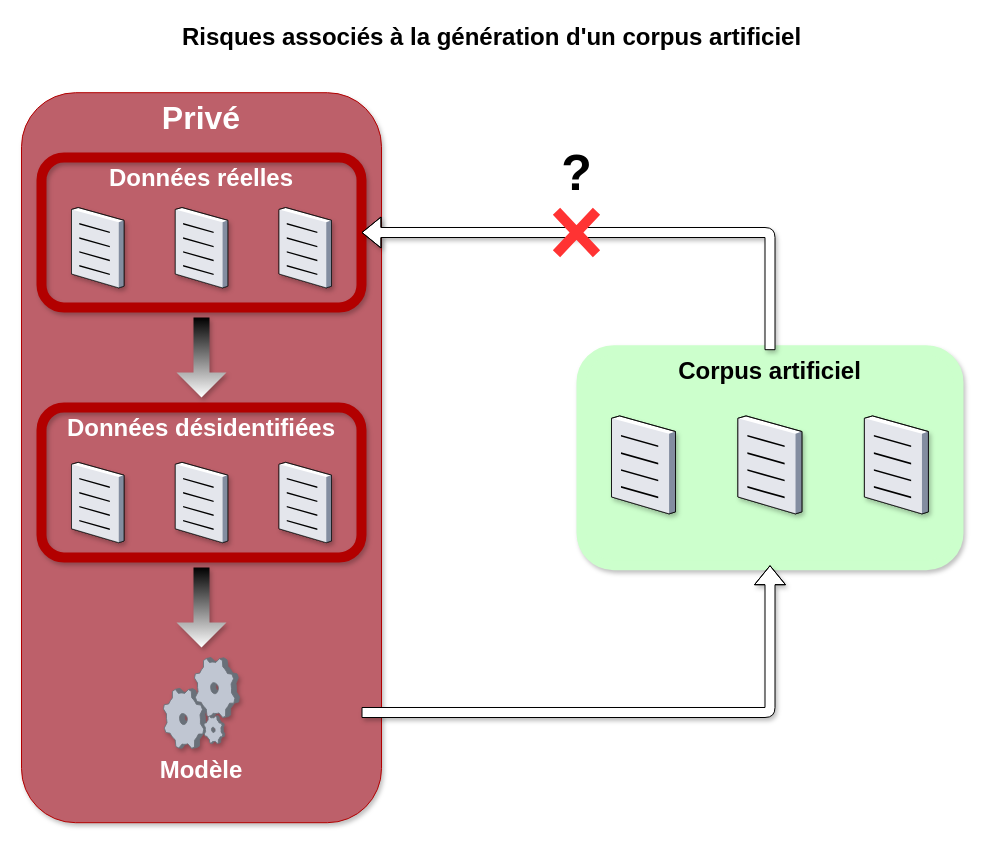
Before: Untitled Diagram.drawio in Hiebel/ProjetFouilleDeTexte, a draw.io diagram. Source tidied: cells renumbered, new cells numbered last; positions are measured from the earlier drawing's top-left corner, leaving out a move shared by most shapes. Both pictures are drawn from the tidied source at 100%, with x=0, y=0 at pixel (21, 17).
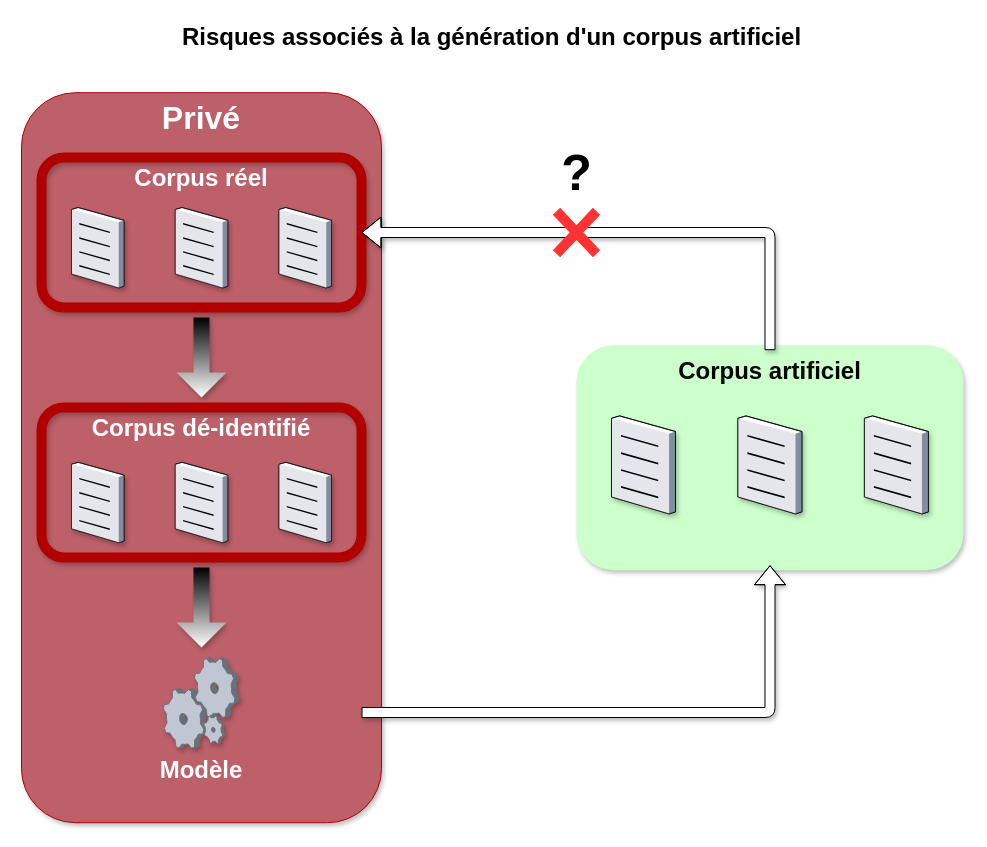
Above is the later version.

The change refers to these unchanged cells:
```xml
<mxCell id="4" style="group;rounded=0;fillColor=none;strokeColor=none;" parent="1" vertex="1">
  <mxGeometry x="20" y="390" width="320" height="150" as="geometry" />
</mxCell>
<mxCell id="12" style="group;" parent="1" vertex="1">
  <mxGeometry x="20" y="140" width="320" height="150" as="geometry" />
</mxCell>
```

The edit, as a diff of the source:
```diff
@@
-    <mxCell id="5" value="Données désidentifiées" style="whiteSpace=wrap;html=1;fillColor=none;fontSize=24;strokeColor=#B20000;verticalAlign=top;fontColor=#ffffff;rounded=1;glass=0;shadow=1;sketch=0;gradientColor=#DCB4BF;gradientDirection=south;strokeWidth=10;fontStyle=1;" parent="4" vertex="1">
+    <mxCell id="5" value="Corpus dé-identifié" style="whiteSpace=wrap;html=1;fillColor=none;fontSize=24;strokeColor=#B20000;verticalAlign=top;fontColor=#ffffff;rounded=1;glass=0;shadow=1;sketch=0;gradientColor=#DCB4BF;gradientDirection=south;strokeWidth=10;fontStyle=1;" parent="4" vertex="1">
       <mxGeometry width="320" height="150" as="geometry" />
     </mxCell>
@@
-    <mxCell id="13" value="&lt;font style=&quot;font-size: 24px&quot;&gt;Données réelles&lt;/font&gt;" style="whiteSpace=wrap;html=1;fillColor=none;fontSize=24;strokeColor=#B20000;verticalAlign=top;fontColor=#FFFFFF;perimeterSpacing=0;rounded=1;glass=0;shadow=1;sketch=0;fontStyle=1;labelBorderColor=none;strokeWidth=10;" parent="12" vertex="1">
+    <mxCell id="13" value="&lt;font style=&quot;font-size: 24px&quot;&gt;Corpus réel&lt;/font&gt;" style="whiteSpace=wrap;html=1;fillColor=none;fontSize=24;strokeColor=#B20000;verticalAlign=top;fontColor=#FFFFFF;perimeterSpacing=0;rounded=1;glass=0;shadow=1;sketch=0;fontStyle=1;labelBorderColor=none;strokeWidth=10;" parent="12" vertex="1">
       <mxGeometry width="320" height="150" as="geometry" />
     </mxCell>
```
